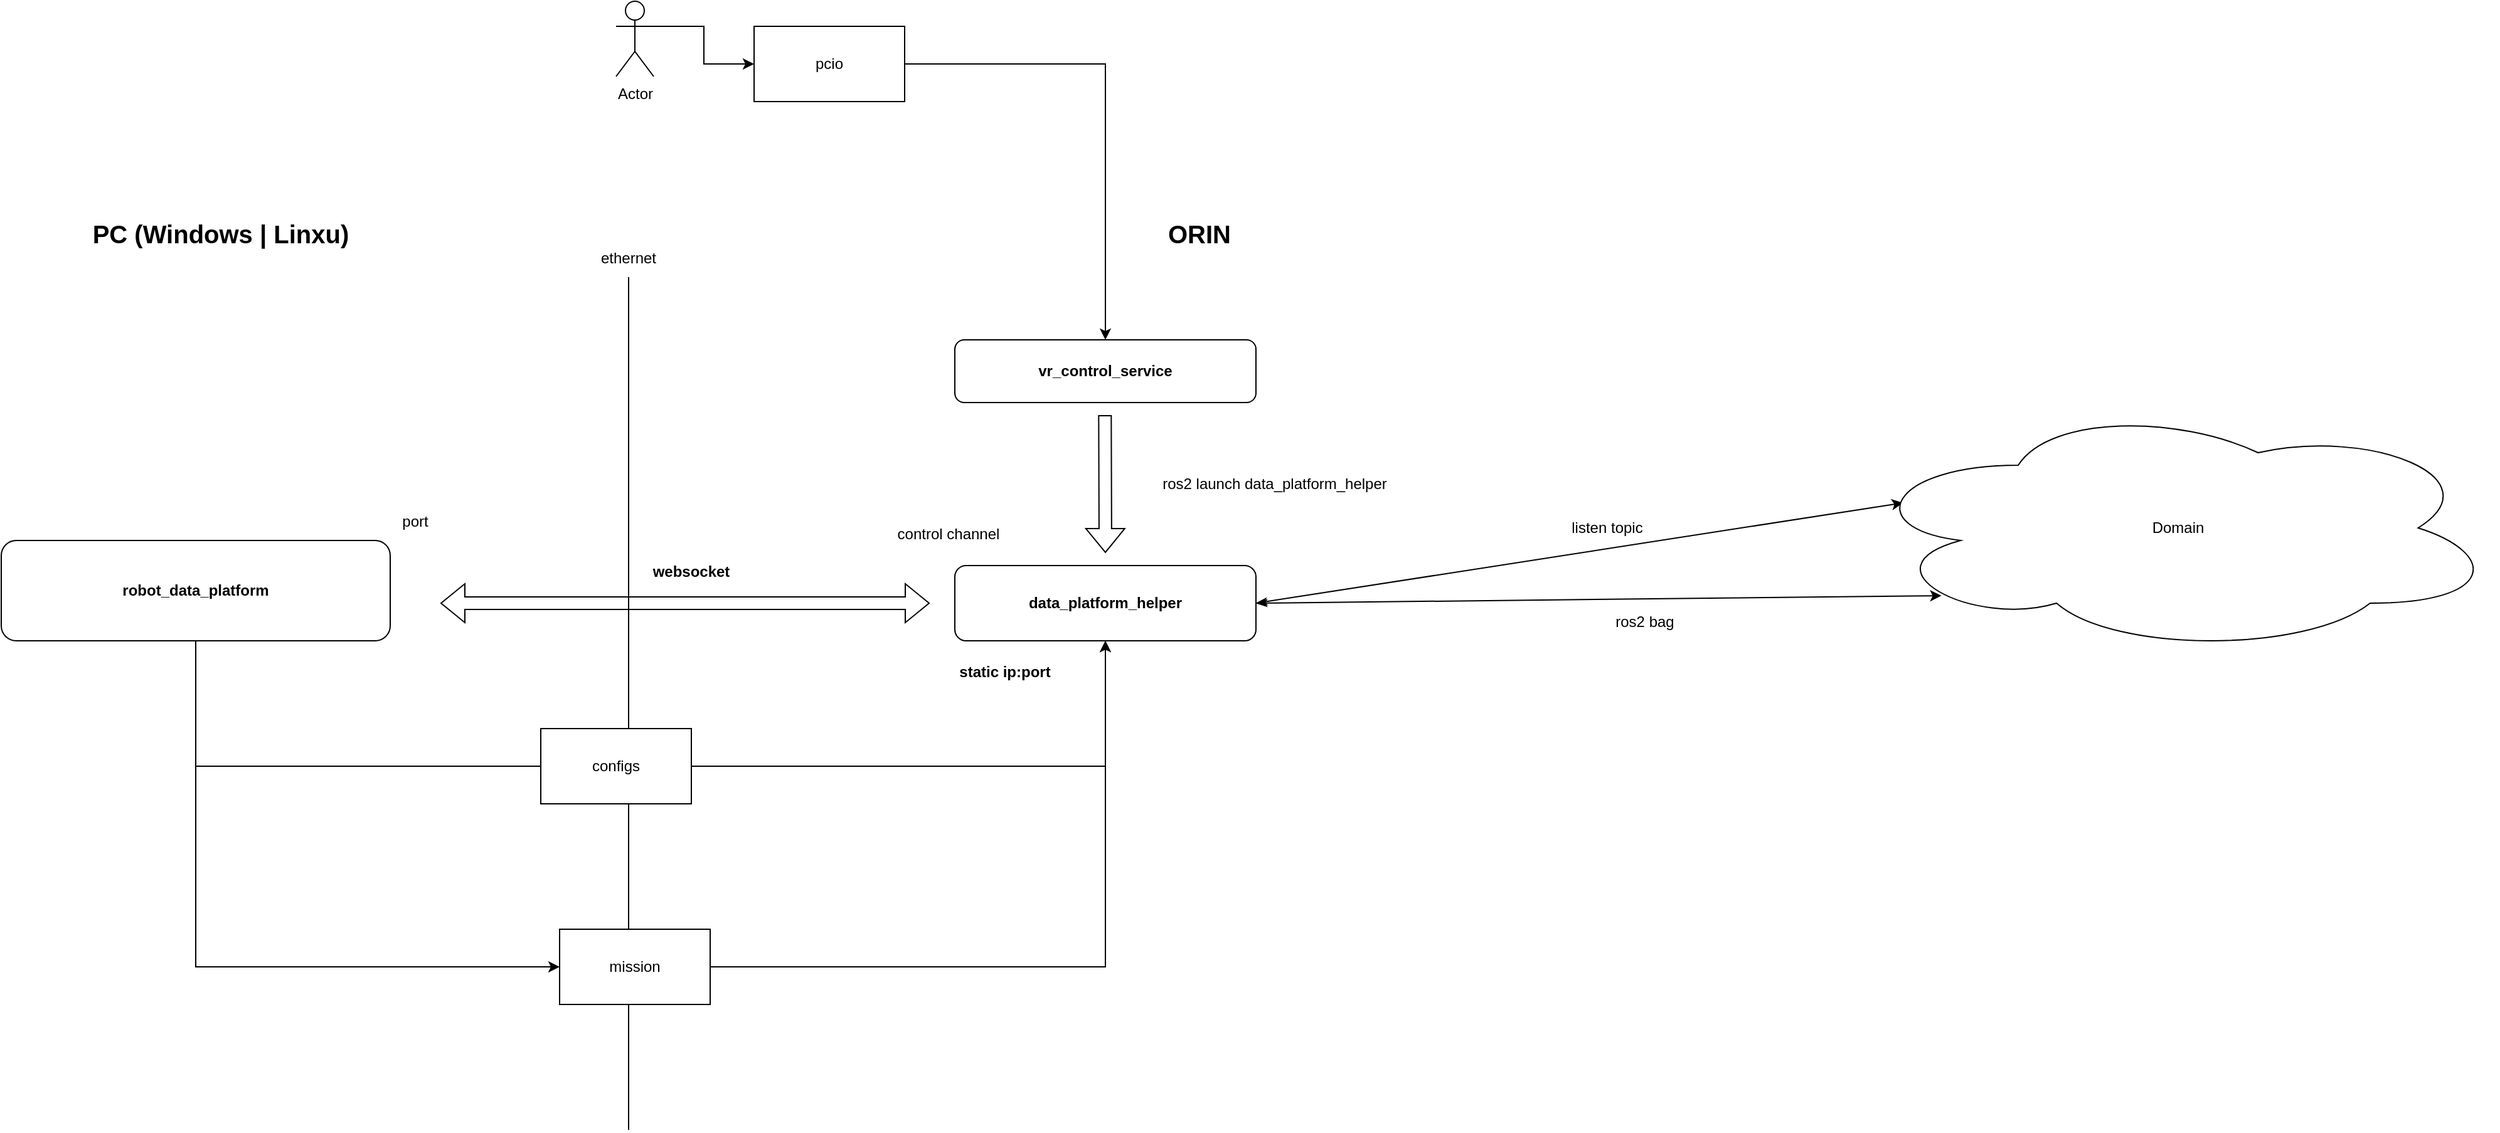
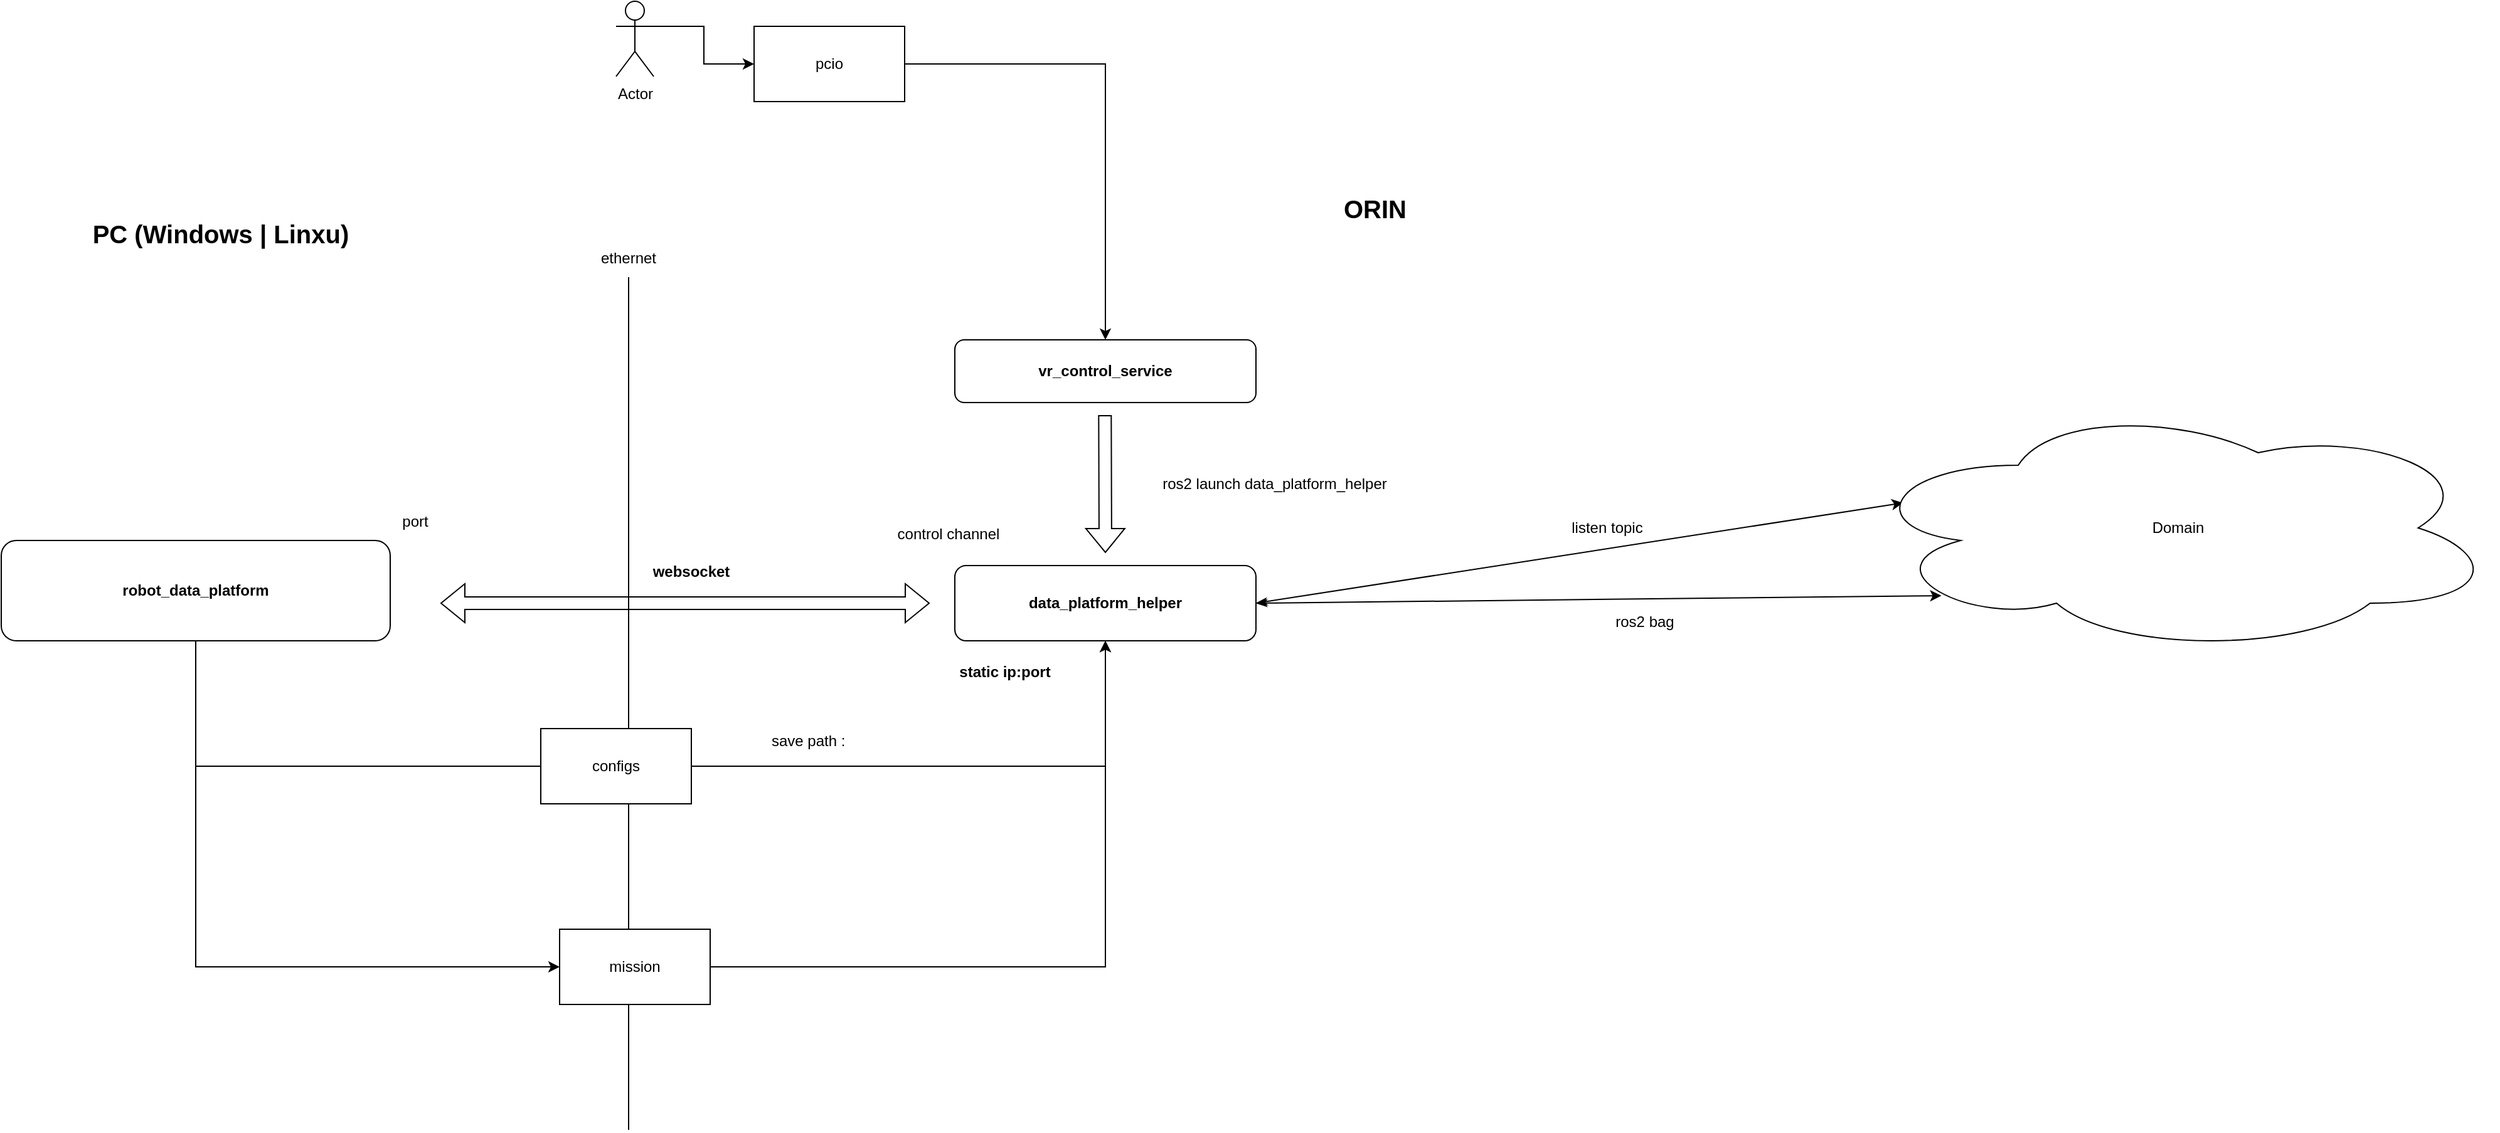
<mxfile host="app.diagrams.net" pages="2">
  <diagram name="第 1 页" id="ybuJFLsuspTRZjUBc2Sj">
-     <mxGraphModel dx="1757" dy="494" grid="1" gridSize="10" guides="1" tooltips="1" connect="1" arrows="1" fold="1" page="1" pageScale="1" pageWidth="827" pageHeight="1169" math="0" shadow="0">
+     <mxGraphModel dx="3151" dy="1234" grid="1" gridSize="10" guides="1" tooltips="1" connect="1" arrows="1" fold="1" page="1" pageScale="1" pageWidth="827" pageHeight="1169" math="0" shadow="0">
      <root>
        <mxCell id="0" />
        <mxCell id="1" parent="0" />
        <mxCell id="PG_7JgB4xY41xIrBQNpI-2" parent="1" style="text;html=1;whiteSpace=wrap;strokeColor=none;fillColor=none;align=center;verticalAlign=middle;rounded=0;fontStyle=1;fontSize=20;" value="ORIN" vertex="1">
-           <mxGeometry height="50" width="250" x="500" y="170" as="geometry" />
+           <mxGeometry height="50" width="250" x="640" y="150" as="geometry" />
        </mxCell>
        <mxCell id="PG_7JgB4xY41xIrBQNpI-3" edge="1" parent="1" style="endArrow=none;html=1;rounded=0;" value="">
          <mxGeometry height="50" relative="1" width="50" as="geometry">
            <mxPoint x="170" y="910" as="sourcePoint" />
            <mxPoint x="170" y="230" as="targetPoint" />
          </mxGeometry>
        </mxCell>
        <mxCell id="PG_7JgB4xY41xIrBQNpI-4" parent="1" style="rounded=1;whiteSpace=wrap;html=1;fontStyle=1" value="data_platform_helper" vertex="1">
          <mxGeometry height="60" width="240" x="430" y="460" as="geometry" />
        </mxCell>
        <mxCell id="PG_7JgB4xY41xIrBQNpI-6" parent="1" style="rounded=1;whiteSpace=wrap;html=1;fontStyle=1" value="vr_control_service" vertex="1">
          <mxGeometry height="50" width="240" x="430" y="280" as="geometry" />
        </mxCell>
        <mxCell id="PG_7JgB4xY41xIrBQNpI-26" edge="1" parent="1" source="PG_7JgB4xY41xIrBQNpI-7" style="edgeStyle=orthogonalEdgeStyle;rounded=0;orthogonalLoop=1;jettySize=auto;html=1;exitX=0.5;exitY=1;exitDx=0;exitDy=0;entryX=0.5;entryY=1;entryDx=0;entryDy=0;" target="PG_7JgB4xY41xIrBQNpI-4">
          <mxGeometry relative="1" as="geometry">
            <Array as="points">
              <mxPoint x="-175" y="620" />
              <mxPoint x="550" y="620" />
            </Array>
            <mxPoint x="380" y="730" as="targetPoint" />
          </mxGeometry>
        </mxCell>
        <mxCell id="PG_7JgB4xY41xIrBQNpI-33" edge="1" parent="1" source="PG_7JgB4xY41xIrBQNpI-7" style="edgeStyle=orthogonalEdgeStyle;rounded=0;orthogonalLoop=1;jettySize=auto;html=1;exitX=0.5;exitY=1;exitDx=0;exitDy=0;entryX=0;entryY=0.5;entryDx=0;entryDy=0;" target="PG_7JgB4xY41xIrBQNpI-32">
          <mxGeometry relative="1" as="geometry" />
        </mxCell>
        <mxCell id="PG_7JgB4xY41xIrBQNpI-7" parent="1" style="rounded=1;whiteSpace=wrap;html=1;fontStyle=1" value="robot_data_platform" vertex="1">
          <mxGeometry height="80" width="310" x="-330" y="440" as="geometry" />
        </mxCell>
        <mxCell id="PG_7JgB4xY41xIrBQNpI-8" parent="1" style="text;html=1;whiteSpace=wrap;strokeColor=none;fillColor=none;align=center;verticalAlign=middle;rounded=0;fontStyle=1;fontSize=20;" value="PC (Windows | Linxu)" vertex="1">
          <mxGeometry height="50" width="250" x="-280" y="170" as="geometry" />
        </mxCell>
        <mxCell id="PG_7JgB4xY41xIrBQNpI-10" edge="1" parent="1" style="shape=flexArrow;endArrow=classic;startArrow=classic;html=1;rounded=0;" value="">
          <mxGeometry height="100" relative="1" width="100" as="geometry">
            <mxPoint x="20" y="490" as="sourcePoint" />
            <mxPoint x="410" y="490" as="targetPoint" />
          </mxGeometry>
        </mxCell>
        <mxCell id="PG_7JgB4xY41xIrBQNpI-12" edge="1" parent="1" style="shape=flexArrow;endArrow=classic;html=1;rounded=0;" value="">
          <mxGeometry height="50" relative="1" width="50" as="geometry">
            <mxPoint x="549.66" y="340" as="sourcePoint" />
            <mxPoint x="550" y="450" as="targetPoint" />
          </mxGeometry>
        </mxCell>
        <mxCell id="PG_7JgB4xY41xIrBQNpI-13" parent="1" style="text;html=1;whiteSpace=wrap;strokeColor=none;fillColor=none;align=center;verticalAlign=middle;rounded=0;fontStyle=1" value="websocket" vertex="1">
          <mxGeometry height="30" width="80" x="180" y="450" as="geometry" />
        </mxCell>
        <mxCell id="PG_7JgB4xY41xIrBQNpI-14" parent="1" style="text;html=1;whiteSpace=wrap;strokeColor=none;fillColor=none;align=center;verticalAlign=middle;rounded=0;" value="ethernet" vertex="1">
          <mxGeometry height="30" width="60" x="140" y="200" as="geometry" />
        </mxCell>
        <mxCell id="PG_7JgB4xY41xIrBQNpI-18" edge="1" parent="1" source="PG_7JgB4xY41xIrBQNpI-15" style="edgeStyle=orthogonalEdgeStyle;rounded=0;orthogonalLoop=1;jettySize=auto;html=1;exitX=1;exitY=0.3333333333333333;exitDx=0;exitDy=0;exitPerimeter=0;entryX=0;entryY=0.5;entryDx=0;entryDy=0;" target="PG_7JgB4xY41xIrBQNpI-16">
          <mxGeometry relative="1" as="geometry" />
        </mxCell>
        <mxCell id="PG_7JgB4xY41xIrBQNpI-15" parent="1" style="shape=umlActor;verticalLabelPosition=bottom;verticalAlign=top;html=1;outlineConnect=0;" value="Actor" vertex="1">
          <mxGeometry height="60" width="30" x="160" y="10" as="geometry" />
        </mxCell>
        <mxCell id="PG_7JgB4xY41xIrBQNpI-19" edge="1" parent="1" source="PG_7JgB4xY41xIrBQNpI-16" style="edgeStyle=orthogonalEdgeStyle;rounded=0;orthogonalLoop=1;jettySize=auto;html=1;exitX=1;exitY=0.5;exitDx=0;exitDy=0;entryX=0.5;entryY=0;entryDx=0;entryDy=0;" target="PG_7JgB4xY41xIrBQNpI-6">
          <mxGeometry relative="1" as="geometry" />
        </mxCell>
        <mxCell id="PG_7JgB4xY41xIrBQNpI-16" parent="1" style="whiteSpace=wrap;html=1;" value="pcio" vertex="1">
          <mxGeometry height="60" width="120" x="270" y="30" as="geometry" />
        </mxCell>
        <mxCell id="PG_7JgB4xY41xIrBQNpI-20" parent="1" style="text;html=1;whiteSpace=wrap;strokeColor=none;fillColor=none;align=center;verticalAlign=middle;rounded=0;" value="ros2 launch data_platform_helper" vertex="1">
          <mxGeometry height="30" width="230" x="570" y="380" as="geometry" />
        </mxCell>
        <mxCell id="PG_7JgB4xY41xIrBQNpI-21" parent="1" style="text;html=1;whiteSpace=wrap;strokeColor=none;fillColor=none;align=center;verticalAlign=middle;rounded=0;" value="control channel" vertex="1">
          <mxGeometry height="30" width="110" x="370" y="420" as="geometry" />
        </mxCell>
        <mxCell id="PG_7JgB4xY41xIrBQNpI-22" parent="1" style="text;html=1;whiteSpace=wrap;strokeColor=none;fillColor=none;align=center;verticalAlign=middle;rounded=0;" value="port" vertex="1">
          <mxGeometry height="30" width="60" x="-30" y="410" as="geometry" />
        </mxCell>
        <mxCell id="PG_7JgB4xY41xIrBQNpI-23" parent="1" style="text;html=1;whiteSpace=wrap;strokeColor=none;fillColor=none;align=center;verticalAlign=middle;rounded=0;fontStyle=1" value="static ip:port" vertex="1">
          <mxGeometry height="30" width="100" x="420" y="530" as="geometry" />
        </mxCell>
        <mxCell id="PG_7JgB4xY41xIrBQNpI-25" parent="1" style="whiteSpace=wrap;html=1;" value="configs" vertex="1">
          <mxGeometry height="60" width="120" x="100" y="590" as="geometry" />
        </mxCell>
        <mxCell id="PG_7JgB4xY41xIrBQNpI-28" edge="1" parent="1" source="PG_7JgB4xY41xIrBQNpI-4" style="endArrow=classic;html=1;rounded=0;exitX=1;exitY=0.5;exitDx=0;exitDy=0;entryX=0.07;entryY=0.4;entryDx=0;entryDy=0;entryPerimeter=0;startArrow=classicThin;startFill=1;" target="PG_7JgB4xY41xIrBQNpI-31" value="">
          <mxGeometry height="50" relative="1" width="50" as="geometry">
            <mxPoint x="740" y="570" as="sourcePoint" />
            <mxPoint x="940" y="490" as="targetPoint" />
          </mxGeometry>
        </mxCell>
        <mxCell id="PG_7JgB4xY41xIrBQNpI-29" parent="1" style="text;html=1;whiteSpace=wrap;strokeColor=none;fillColor=none;align=center;verticalAlign=middle;rounded=0;" value="listen topic" vertex="1">
          <mxGeometry height="30" width="60" x="920" y="415" as="geometry" />
        </mxCell>
        <mxCell id="PG_7JgB4xY41xIrBQNpI-31" parent="1" style="ellipse;shape=cloud;whiteSpace=wrap;html=1;align=center;" value="Domain" vertex="1">
          <mxGeometry height="200" width="510" x="1150" y="330" as="geometry" />
        </mxCell>
        <mxCell id="PG_7JgB4xY41xIrBQNpI-34" edge="1" parent="1" source="PG_7JgB4xY41xIrBQNpI-32" style="edgeStyle=orthogonalEdgeStyle;rounded=0;orthogonalLoop=1;jettySize=auto;html=1;exitX=1;exitY=0.5;exitDx=0;exitDy=0;entryX=0.5;entryY=1;entryDx=0;entryDy=0;" target="PG_7JgB4xY41xIrBQNpI-4">
          <mxGeometry relative="1" as="geometry" />
        </mxCell>
        <mxCell id="PG_7JgB4xY41xIrBQNpI-32" parent="1" style="rounded=0;whiteSpace=wrap;html=1;" value="mission" vertex="1">
          <mxGeometry height="60" width="120" x="115" y="750" as="geometry" />
        </mxCell>
        <mxCell id="PG_7JgB4xY41xIrBQNpI-35" edge="1" parent="1" source="PG_7JgB4xY41xIrBQNpI-4" style="endArrow=classic;html=1;rounded=0;exitX=1;exitY=0.5;exitDx=0;exitDy=0;entryX=0.13;entryY=0.77;entryDx=0;entryDy=0;entryPerimeter=0;startArrow=classicThin;startFill=1;" target="PG_7JgB4xY41xIrBQNpI-31" value="">
          <mxGeometry height="50" relative="1" width="50" as="geometry">
            <mxPoint x="810" y="570" as="sourcePoint" />
            <mxPoint x="1326" y="490" as="targetPoint" />
          </mxGeometry>
        </mxCell>
        <mxCell id="PG_7JgB4xY41xIrBQNpI-36" parent="1" style="text;html=1;whiteSpace=wrap;strokeColor=none;fillColor=none;align=center;verticalAlign=middle;rounded=0;" value="ros2 bag" vertex="1">
          <mxGeometry height="30" width="60" x="950" y="490" as="geometry" />
        </mxCell>
+         <mxCell id="PG_7JgB4xY41xIrBQNpI-37" parent="1" style="text;html=1;whiteSpace=wrap;strokeColor=none;fillColor=none;align=center;verticalAlign=middle;rounded=0;" value="save path :&amp;nbsp;" vertex="1">
+           <mxGeometry height="30" width="130" x="250" y="585" as="geometry" />
+         </mxCell>
      </root>
    </mxGraphModel>
  </diagram>
  <diagram id="ERyvKfnW-TPwMhuBreaX" name="第 2 页">
    <mxGraphModel dx="1122" dy="596" grid="1" gridSize="10" guides="1" tooltips="1" connect="1" arrows="1" fold="1" page="1" pageScale="1" pageWidth="827" pageHeight="1169" math="0" shadow="0">
      <root>
        <mxCell id="0" />
        <mxCell id="1" parent="0" />
        <mxCell id="Lt_kapkQ0GCsb_hZqIK--1" parent="1" style="rounded=1;whiteSpace=wrap;html=1;" value="" vertex="1">
          <mxGeometry height="60" width="120" x="40" y="280" as="geometry" />
        </mxCell>
      </root>
    </mxGraphModel>
  </diagram>
</mxfile>
